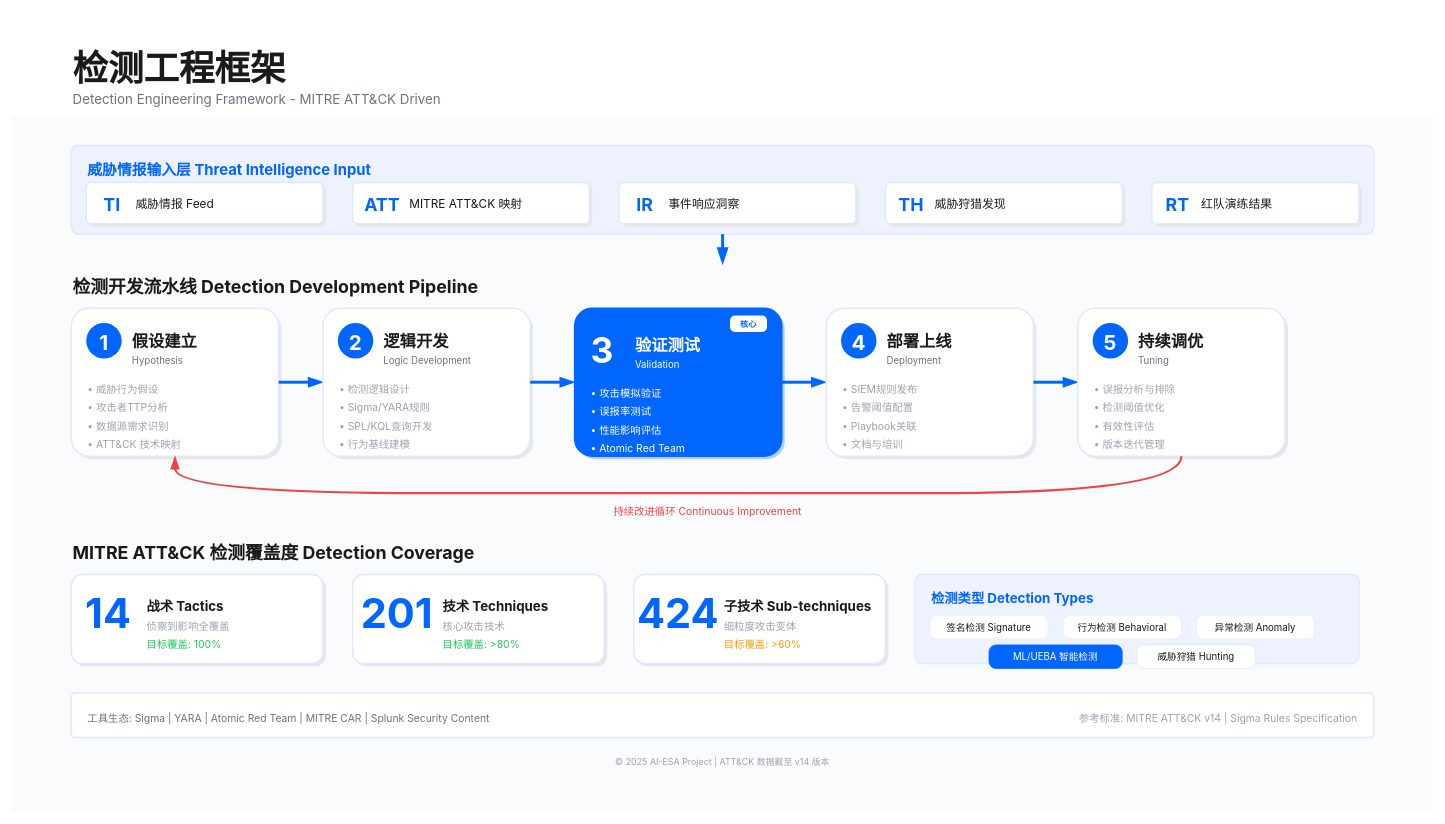
cybermaxluo/AI-ESA keeps this draw.io diagram as assets/diagrams/chapter_11/04_Detection_Engineering_Framework_v6.drawio. Above is the earlier version. Source tidied: cells renumbered, new cells numbered last; positions are measured from the earlier drawing's top-left corner, leaving out a move shared by most shapes. Both pictures are drawn from the tidied source at 74%, with x=0, y=0 at pixel (12, 12).
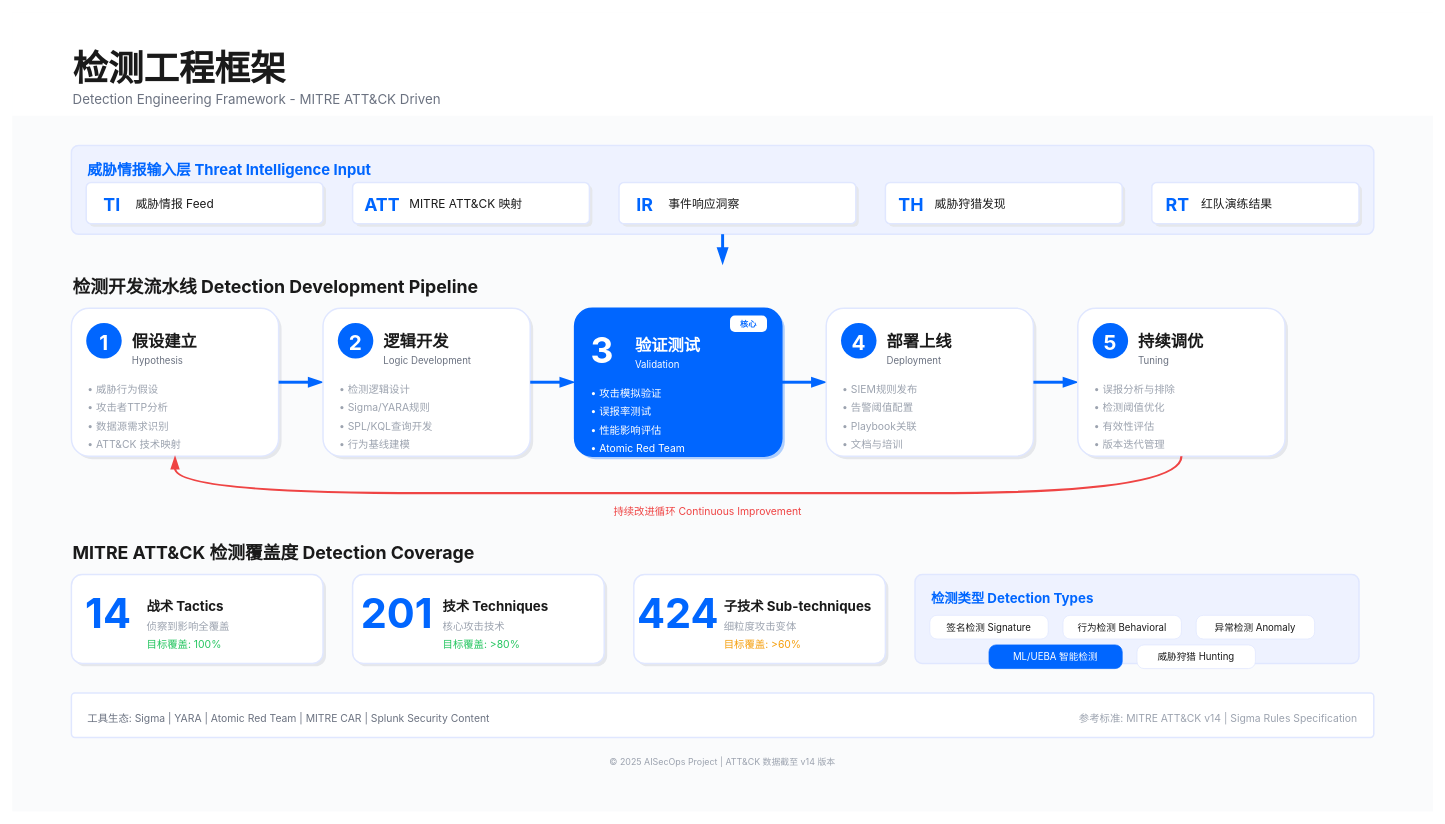
Above is the later version.

Commit message (it also covers changes not shown here):
fix: 统一署名为 AISecOps，重导第 11 章图示

The edit, as a diff of the source:
```diff
@@
-    <mxCell id="115" value="© 2025 AI-ESA Project | ATT&amp;CK 数据截至 v14 版本" style="text;fontSize=12;fontColor=#9CA3AF;fontFamily=Inter;align=center;" parent="1" vertex="1">
+    <mxCell id="115" value="© 2025 AISecOps Project | ATT&amp;CK 数据截至 v14 版本" style="text;fontSize=12;fontColor=#9CA3AF;fontFamily=Inter;align=center;" parent="1" vertex="1">
       <mxGeometry x="760" y="1000" width="400" height="20" as="geometry" />
     </mxCell>
```
